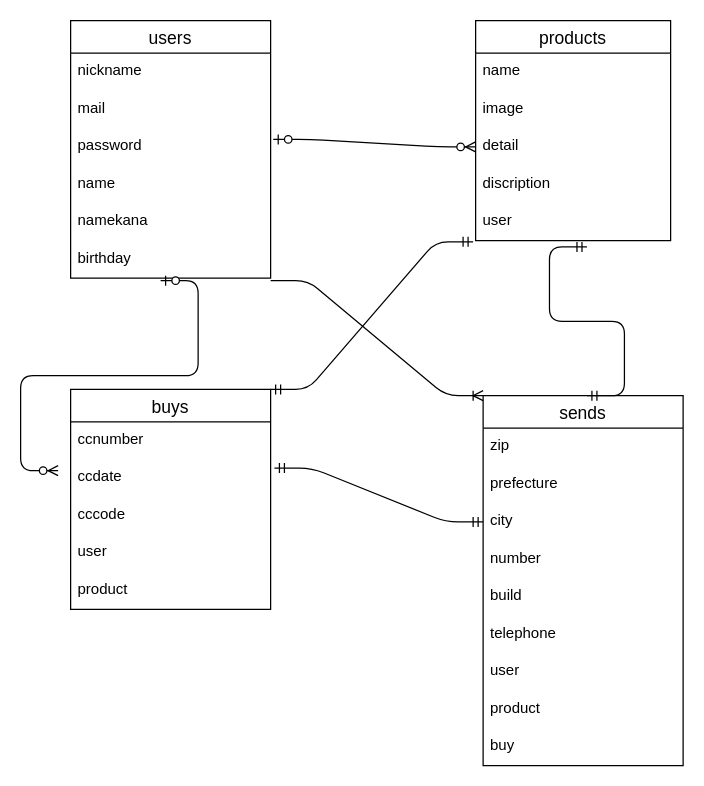
meipolka831/furima-34958 keeps this draw.io diagram as er.dio. Above is the earlier version. Source tidied: cells renumbered, new cells numbered last; positions are measured from the earlier drawing's top-left corner, leaving out a move shared by most shapes. Both pictures are drawn from the tidied source at 125%, with x=0, y=0 at pixel (58, 20).
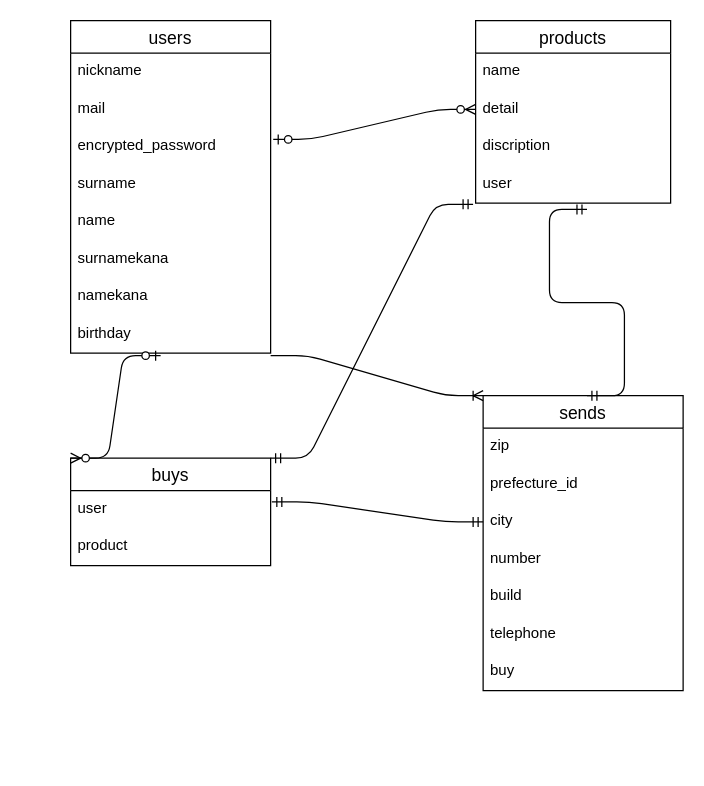
The same diagram, later.

The change refers to these unchanged cells:
```xml
<mxCell id="12" value="city" style="text;strokeColor=none;fillColor=none;spacingLeft=4;spacingRight=4;overflow=hidden;points=[[0,0.5],[1,0.5]];portConstraint=eastwest;fontSize=12;" parent="9" vertex="1">
  <mxGeometry y="86" width="160" height="30" as="geometry" />
</mxCell>
```

The edit, as a diff of the source:
```diff
@@
     <mxCell id="2" value="users" style="swimlane;fontStyle=0;horizontal=1;startSize=26;align=center;fontSize=14;" parent="1" vertex="1">
-      <mxGeometry x="10" width="160" height="206" as="geometry" />
+      <mxGeometry x="10" width="160" height="266" as="geometry" />
     </mxCell>
@@
-    <mxCell id="5" value="password" style="text;strokeColor=none;fillColor=none;spacingLeft=4;spacingRight=4;overflow=hidden;points=[[0,0.5],[1,0.5]];portConstraint=eastwest;fontSize=12;" parent="2" vertex="1">
+    <mxCell id="5" value="encrypted_password" style="text;strokeColor=none;fillColor=none;spacingLeft=4;spacingRight=4;overflow=hidden;points=[[0,0.5],[1,0.5]];portConstraint=eastwest;fontSize=12;" parent="2" vertex="1">
       <mxGeometry y="86" width="160" height="30" as="geometry" />
     </mxCell>
-    <mxCell id="6" value="name" style="text;strokeColor=none;fillColor=none;spacingLeft=4;spacingRight=4;overflow=hidden;fontSize=12;" parent="2" vertex="1">
+    <mxCell id="6" value="surname" style="text;strokeColor=none;fillColor=none;spacingLeft=4;spacingRight=4;overflow=hidden;fontSize=12;" parent="2" vertex="1">
       <mxGeometry y="116" width="160" height="30" as="geometry" />
     </mxCell>
+    <mxCell id="37" value="name" style="text;strokeColor=none;fillColor=none;spacingLeft=4;spacingRight=4;overflow=hidden;fontSize=12;" parent="2" vertex="1">
+      <mxGeometry y="146" width="160" height="30" as="geometry" />
+    </mxCell>
-    <mxCell id="7" value="namekana" style="text;strokeColor=none;fillColor=none;spacingLeft=4;spacingRight=4;overflow=hidden;fontSize=12;" parent="2" vertex="1">
-      <mxGeometry y="146" width="160" height="30" as="geometry" />
+    <mxCell id="7" value="surnamekana" style="text;strokeColor=none;fillColor=none;spacingLeft=4;spacingRight=4;overflow=hidden;fontSize=12;" parent="2" vertex="1">
+      <mxGeometry y="176" width="160" height="30" as="geometry" />
     </mxCell>
+    <mxCell id="38" value="namekana" style="text;strokeColor=none;fillColor=none;spacingLeft=4;spacingRight=4;overflow=hidden;fontSize=12;" parent="2" vertex="1">
+      <mxGeometry y="206" width="160" height="30" as="geometry" />
+    </mxCell>
     <mxCell id="8" value="birthday" style="text;strokeColor=none;fillColor=none;spacingLeft=4;spacingRight=4;overflow=hidden;points=[[0,0.5],[1,0.5]];portConstraint=eastwest;fontSize=12;" parent="2" vertex="1">
-      <mxGeometry y="176" width="160" height="30" as="geometry" />
+      <mxGeometry y="236" width="160" height="30" as="geometry" />
     </mxCell>
     <mxCell id="9" value="sends" style="swimlane;fontStyle=0;horizontal=1;startSize=26;align=center;fontSize=14;" parent="1" vertex="1">
-      <mxGeometry x="340" y="300" width="160" height="296" as="geometry" />
+      <mxGeometry x="340" y="300" width="160" height="236" as="geometry" />
     </mxCell>
@@
-    <mxCell id="11" value="prefecture" style="text;strokeColor=none;fillColor=none;spacingLeft=4;spacingRight=4;overflow=hidden;fontSize=12;" parent="9" vertex="1">
+    <mxCell id="11" value="prefecture_id" style="text;strokeColor=none;fillColor=none;spacingLeft=4;spacingRight=4;overflow=hidden;fontSize=12;" parent="9" vertex="1">
       <mxGeometry y="56" width="160" height="30" as="geometry" />
     </mxCell>
@@
-    <mxCell id="16" value="user" style="text;strokeColor=none;fillColor=none;spacingLeft=4;spacingRight=4;overflow=hidden;fontSize=12;" parent="9" vertex="1">
-      <mxGeometry y="206" width="160" height="30" as="geometry" />
-    </mxCell>
-    <mxCell id="17" value="product" style="text;strokeColor=none;fillColor=none;spacingLeft=4;spacingRight=4;overflow=hidden;fontSize=12;" parent="9" vertex="1">
-      <mxGeometry y="236" width="160" height="30" as="geometry" />
-    </mxCell>
     <mxCell id="18" value="buy" style="text;strokeColor=none;fillColor=none;spacingLeft=4;spacingRight=4;overflow=hidden;fontSize=12;" parent="9" vertex="1">
-      <mxGeometry y="266" width="160" height="30" as="geometry" />
+      <mxGeometry y="206" width="160" height="30" as="geometry" />
     </mxCell>
     <mxCell id="19" value="buys" style="swimlane;fontStyle=0;horizontal=1;startSize=26;align=center;fontSize=14;" parent="1" vertex="1">
-      <mxGeometry x="10" y="295" width="160" height="176" as="geometry" />
+      <mxGeometry x="10" y="350" width="160" height="86" as="geometry" />
     </mxCell>
-    <mxCell id="20" value="ccnumber" style="text;strokeColor=none;fillColor=none;spacingLeft=4;spacingRight=4;overflow=hidden;fontSize=12;" parent="19" vertex="1">
-      <mxGeometry y="26" width="160" height="30" as="geometry" />
-    </mxCell>
-    <mxCell id="21" value="ccdate" style="text;strokeColor=none;fillColor=none;spacingLeft=4;spacingRight=4;overflow=hidden;points=[[0,0.5],[1,0.5]];portConstraint=eastwest;fontSize=12;" parent="19" vertex="1">
-      <mxGeometry y="56" width="160" height="30" as="geometry" />
-    </mxCell>
-    <mxCell id="22" value="cccode" style="text;strokeColor=none;fillColor=none;spacingLeft=4;spacingRight=4;overflow=hidden;fontSize=12;" parent="19" vertex="1">
-      <mxGeometry y="86" width="160" height="30" as="geometry" />
-    </mxCell>
     <mxCell id="23" value="user" style="text;strokeColor=none;fillColor=none;spacingLeft=4;spacingRight=4;overflow=hidden;points=[[0,0.5],[1,0.5]];portConstraint=eastwest;fontSize=12;" parent="19" vertex="1">
-      <mxGeometry y="116" width="160" height="30" as="geometry" />
+      <mxGeometry y="26" width="160" height="30" as="geometry" />
     </mxCell>
     <mxCell id="24" value="product" style="text;strokeColor=none;fillColor=none;spacingLeft=4;spacingRight=4;overflow=hidden;fontSize=12;" parent="19" vertex="1">
-      <mxGeometry y="146" width="160" height="30" as="geometry" />
+      <mxGeometry y="56" width="160" height="30" as="geometry" />
     </mxCell>
     <mxCell id="25" value="products" style="swimlane;fontStyle=0;horizontal=1;startSize=26;align=center;fontSize=14;" parent="1" vertex="1">
-      <mxGeometry x="334" width="156" height="176" as="geometry" />
+      <mxGeometry x="334" width="156" height="146" as="geometry" />
     </mxCell>
@@
-    <mxCell id="27" value="image" style="text;strokeColor=none;fillColor=none;spacingLeft=4;spacingRight=4;overflow=hidden;fontSize=12;" parent="25" vertex="1">
-      <mxGeometry y="56" width="156" height="30" as="geometry" />
-    </mxCell>
     <mxCell id="28" value="detail" style="text;strokeColor=none;fillColor=none;spacingLeft=4;spacingRight=4;overflow=hidden;points=[[0,0.5],[1,0.5]];portConstraint=eastwest;fontSize=12;" parent="25" vertex="1">
-      <mxGeometry y="86" width="156" height="30" as="geometry" />
+      <mxGeometry y="56" width="156" height="30" as="geometry" />
     </mxCell>
     <mxCell id="29" value="discription" style="text;strokeColor=none;fillColor=none;spacingLeft=4;spacingRight=4;overflow=hidden;fontSize=12;" parent="25" vertex="1">
-      <mxGeometry y="116" width="156" height="30" as="geometry" />
+      <mxGeometry y="86" width="156" height="30" as="geometry" />
     </mxCell>
     <mxCell id="30" value="user" style="text;strokeColor=none;fillColor=none;spacingLeft=4;spacingRight=4;overflow=hidden;points=[[0,0.5],[1,0.5]];portConstraint=eastwest;fontSize=12;" parent="25" vertex="1">
-      <mxGeometry y="146" width="156" height="30" as="geometry" />
+      <mxGeometry y="116" width="156" height="30" as="geometry" />
     </mxCell>
@@
-    <mxCell id="32" style="edgeStyle=entityRelationEdgeStyle;fontSize=12;html=1;endArrow=ERmandOne;startArrow=ERmandOne;exitX=1.019;exitY=0.233;exitDx=0;exitDy=0;exitPerimeter=0;entryX=0;entryY=0.5;entryDx=0;entryDy=0;" parent="1" edge="1" source="21" target="12">
+    <mxCell id="32" style="edgeStyle=entityRelationEdgeStyle;fontSize=12;html=1;endArrow=ERmandOne;startArrow=ERmandOne;exitX=1.006;exitY=0.3;exitDx=0;exitDy=0;exitPerimeter=0;entryX=0;entryY=0.5;entryDx=0;entryDy=0;" parent="1" edge="1" source="23" target="12">
       <mxGeometry relative="1" as="geometry" />
     </mxCell>
@@
-    <mxCell id="34" style="edgeStyle=entityRelationEdgeStyle;fontSize=12;html=1;endArrow=ERzeroToMany;startArrow=ERzeroToOne;exitX=0.45;exitY=1.067;exitDx=0;exitDy=0;exitPerimeter=0;" parent="1" edge="1" source="8">
-      <mxGeometry relative="1" as="geometry">
-        <mxPoint y="360" as="targetPoint" />
-      </mxGeometry>
+    <mxCell id="34" style="edgeStyle=entityRelationEdgeStyle;fontSize=12;html=1;endArrow=ERzeroToMany;startArrow=ERzeroToOne;exitX=0.45;exitY=1.067;exitDx=0;exitDy=0;exitPerimeter=0;entryX=0;entryY=0;entryDx=0;entryDy=0;" parent="1" edge="1" source="8" target="19">
+      <mxGeometry relative="1" as="geometry" />
     </mxCell>
```
